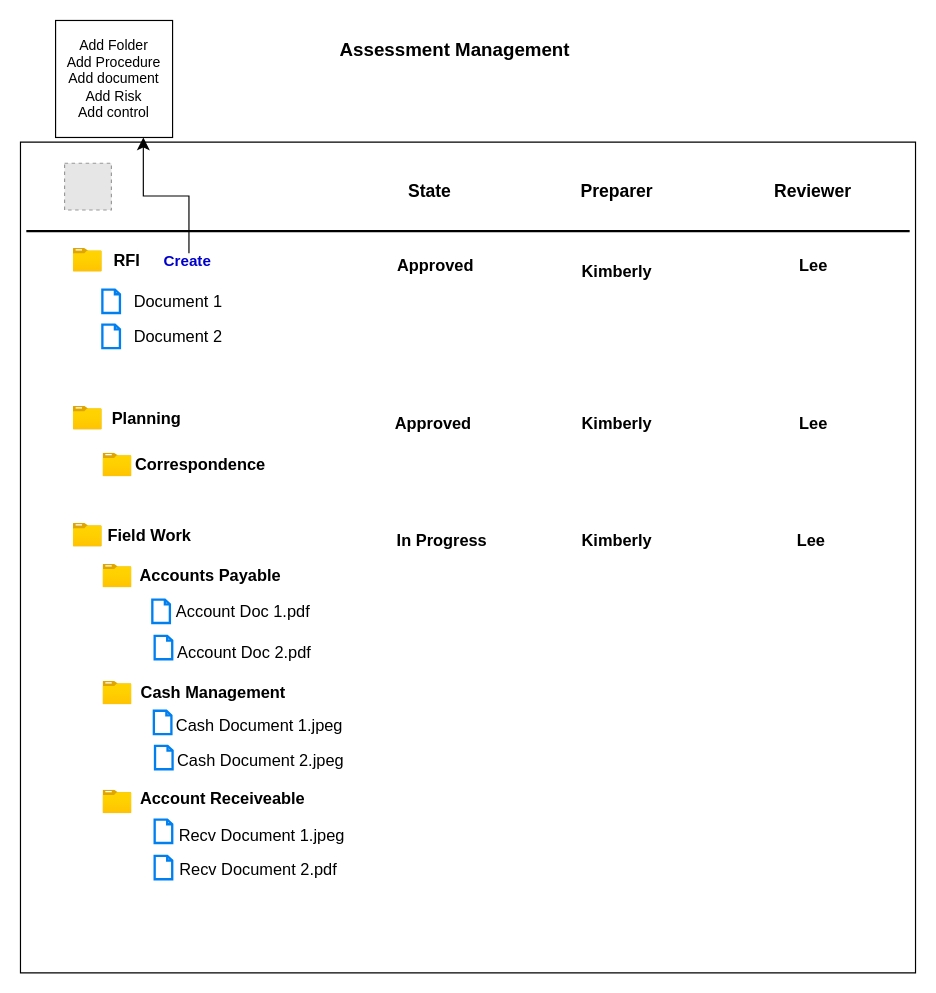
The draw.io diagram page "Workflow" (3 of 4) of internal_audit.drawio in AvikM1996/draw.io, before the edit. Source tidied: cells renumbered, new cells numbered last; positions are measured from the earlier drawing's top-left corner, leaving out a move shared by most shapes. Both pictures are drawn from the tidied source at 117%, with x=0, y=0 at pixel (20, 20). Pictures stored in the file or linked from it are replaced by grey dashed boxes.
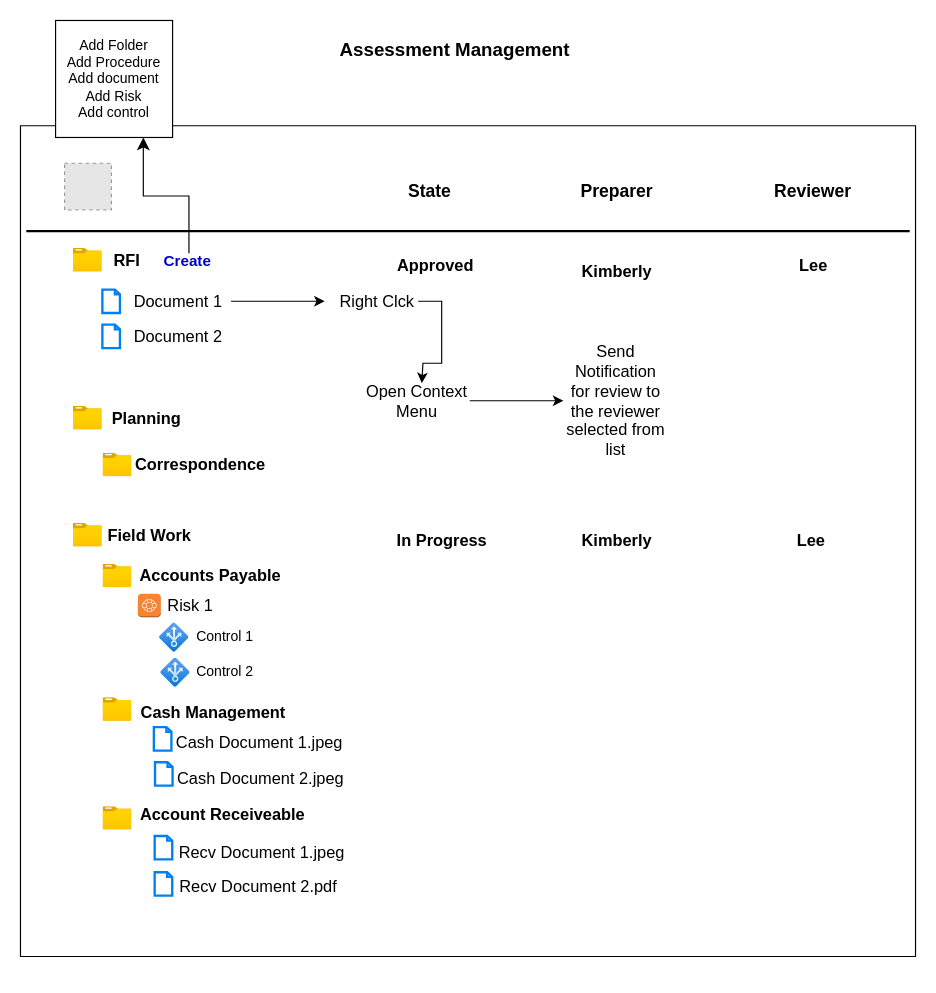
Above is the later version.

The change refers to these unchanged cells:
```xml
<mxCell id="8" value="Document 1" style="text;html=1;align=center;verticalAlign=middle;whiteSpace=wrap;rounded=0;fontSize=14;" parent="1" vertex="1">
  <mxGeometry x="90" y="225" width="90" height="30" as="geometry" />
</mxCell>
```

Change to the diagram source:
```diff
@@
     <mxCell id="3" style="verticalLabelPosition=bottom;verticalAlign=top;html=1;shape=mxgraph.basic.rect;fillColor2=none;strokeWidth=1;size=20;indent=5;" parent="1" vertex="1">
-      <mxGeometry y="104" width="765" height="710" as="geometry" />
+      <mxGeometry y="90" width="765" height="710" as="geometry" />
     </mxCell>
@@
+    <mxCell id="51" style="edgeStyle=orthogonalEdgeStyle;rounded=0;jettySize=auto;html=1;" parent="1" edge="1" source="8" target="58">
+      <mxGeometry relative="1" as="geometry" />
+    </mxCell>
@@
-    <mxCell id="18" value="Approved" style="text;html=1;align=center;verticalAlign=middle;whiteSpace=wrap;rounded=0;fontSize=14;fontStyle=1;" parent="1" vertex="1">
-      <mxGeometry x="323" y="330" width="60" height="30" as="geometry" />
-    </mxCell>
-    <mxCell id="19" value="Kimberly" style="text;html=1;align=center;verticalAlign=middle;whiteSpace=wrap;rounded=0;fontSize=14;fontStyle=1;" parent="1" vertex="1">
-      <mxGeometry x="480" y="330" width="60" height="30" as="geometry" />
-    </mxCell>
-    <mxCell id="20" value="Lee" style="text;html=1;align=center;verticalAlign=middle;whiteSpace=wrap;rounded=0;fontSize=14;fontStyle=1;" parent="1" vertex="1">
-      <mxGeometry x="647.5" y="330" width="60" height="30" as="geometry" />
-    </mxCell>
@@
     <mxCell id="25" style="image;html=1;align=center;fontSize=12;image=img/lib/azure2/general/Folder_Blank.svg;" parent="1" vertex="1">
-      <mxGeometry x="70.7" y="565" width="24.6" height="20" as="geometry" />
+      <mxGeometry x="70.7" y="579" width="24.6" height="20" as="geometry" />
     </mxCell>
     <mxCell id="26" value="&lt;b style=&quot;font-size: 14px;&quot;&gt;Cash Management&lt;/b&gt;" style="text;html=1;align=center;verticalAlign=middle;whiteSpace=wrap;rounded=0;fontSize=14;" parent="1" vertex="1">
-      <mxGeometry x="100.3" y="560" width="129.7" height="30" as="geometry" />
+      <mxGeometry x="100.3" y="577" width="129.7" height="30" as="geometry" />
     </mxCell>
     <mxCell id="27" style="image;html=1;align=center;fontSize=12;image=img/lib/azure2/general/Folder_Blank.svg;" parent="1" vertex="1">
-      <mxGeometry x="70.7" y="658" width="24.6" height="20" as="geometry" />
+      <mxGeometry x="70.7" y="672" width="24.6" height="20" as="geometry" />
     </mxCell>
     <mxCell id="28" value="&lt;b style=&quot;font-size: 14px;&quot;&gt;Account Receiveable&lt;/b&gt;" style="text;html=1;align=center;verticalAlign=middle;whiteSpace=wrap;rounded=0;fontSize=14;" parent="1" vertex="1">
-      <mxGeometry x="93" y="650" width="160" height="30" as="geometry" />
+      <mxGeometry x="93" y="664" width="160" height="30" as="geometry" />
     </mxCell>
-    <mxCell id="29" style="html=1;verticalLabelPosition=bottom;align=center;labelBackgroundColor=#ffffff;verticalAlign=top;strokeWidth=2;strokeColor=#0080F0;shadow=0;dashed=0;shape=mxgraph.ios7.icons.document;" parent="1" vertex="1">
-      <mxGeometry x="112.7" y="495" width="15" height="20" as="geometry" />
-    </mxCell>
-    <mxCell id="30" style="html=1;verticalLabelPosition=bottom;align=center;labelBackgroundColor=#ffffff;verticalAlign=top;strokeWidth=2;strokeColor=#0080F0;shadow=0;dashed=0;shape=mxgraph.ios7.icons.document;" parent="1" vertex="1">
-      <mxGeometry x="114.7" y="526" width="15" height="20" as="geometry" />
-    </mxCell>
     <mxCell id="31" style="html=1;verticalLabelPosition=bottom;align=center;labelBackgroundColor=#ffffff;verticalAlign=top;strokeWidth=2;strokeColor=#0080F0;shadow=0;dashed=0;shape=mxgraph.ios7.icons.document;" parent="1" vertex="1">
-      <mxGeometry x="114" y="590" width="15" height="20" as="geometry" />
+      <mxGeometry x="114" y="604" width="15" height="20" as="geometry" />
     </mxCell>
     <mxCell id="32" style="html=1;verticalLabelPosition=bottom;align=center;labelBackgroundColor=#ffffff;verticalAlign=top;strokeWidth=2;strokeColor=#0080F0;shadow=0;dashed=0;shape=mxgraph.ios7.icons.document;" parent="1" vertex="1">
-      <mxGeometry x="115" y="620" width="15" height="20" as="geometry" />
+      <mxGeometry x="115" y="634" width="15" height="20" as="geometry" />
     </mxCell>
     <mxCell id="33" style="html=1;verticalLabelPosition=bottom;align=center;labelBackgroundColor=#ffffff;verticalAlign=top;strokeWidth=2;strokeColor=#0080F0;shadow=0;dashed=0;shape=mxgraph.ios7.icons.document;" parent="1" vertex="1">
-      <mxGeometry x="114.7" y="683" width="15" height="20" as="geometry" />
+      <mxGeometry x="114.7" y="697" width="15" height="20" as="geometry" />
     </mxCell>
     <mxCell id="34" style="html=1;verticalLabelPosition=bottom;align=center;labelBackgroundColor=#ffffff;verticalAlign=top;strokeWidth=2;strokeColor=#0080F0;shadow=0;dashed=0;shape=mxgraph.ios7.icons.document;" parent="1" vertex="1">
-      <mxGeometry x="114.7" y="714" width="15" height="20" as="geometry" />
+      <mxGeometry x="114.7" y="728" width="15" height="20" as="geometry" />
     </mxCell>
-    <mxCell id="35" value="Account Doc 1.pdf" style="text;html=1;align=center;verticalAlign=middle;strokeColor=none;fillColor=none;fontSize=14;" parent="1" vertex="1">
-      <mxGeometry x="119.7" y="490" width="140" height="30" as="geometry" />
+    <mxCell id="35" value="Risk 1" style="text;html=1;align=center;verticalAlign=middle;strokeColor=none;fillColor=none;fontSize=14;" parent="1" vertex="1">
+      <mxGeometry x="115" y="485" width="60" height="30" as="geometry" />
     </mxCell>
-    <mxCell id="36" value="Account Doc 2.pdf" style="text;html=1;align=center;verticalAlign=middle;strokeColor=none;fillColor=none;fontSize=14;" parent="1" vertex="1">
-      <mxGeometry x="121" y="525" width="140" height="30" as="geometry" />
-    </mxCell>
     <mxCell id="37" value="Cash Document 1.jpeg" style="text;html=1;align=center;verticalAlign=middle;strokeColor=none;fillColor=none;fontSize=14;" parent="1" vertex="1">
-      <mxGeometry x="119" y="588" width="170" height="30" as="geometry" />
+      <mxGeometry x="119" y="602" width="170" height="30" as="geometry" />
     </mxCell>
     <mxCell id="38" value="Cash Document 2.jpeg" style="text;html=1;align=center;verticalAlign=middle;strokeColor=none;fillColor=none;fontSize=14;" parent="1" vertex="1">
-      <mxGeometry x="120" y="618" width="170" height="30" as="geometry" />
+      <mxGeometry x="120" y="633" width="170" height="30" as="geometry" />
     </mxCell>
     <mxCell id="39" value="Recv Document 1.jpeg" style="text;html=1;align=center;verticalAlign=middle;strokeColor=none;fillColor=none;fontSize=14;" parent="1" vertex="1">
-      <mxGeometry x="121" y="682" width="170" height="30" as="geometry" />
+      <mxGeometry x="121" y="696" width="170" height="30" as="geometry" />
     </mxCell>
     <mxCell id="40" value="Recv Document 2.pdf" style="text;html=1;align=center;verticalAlign=middle;strokeColor=none;fillColor=none;fontSize=14;" parent="1" vertex="1">
-      <mxGeometry x="122.7" y="711" width="160" height="30" as="geometry" />
+      <mxGeometry x="122.7" y="725" width="160" height="30" as="geometry" />
     </mxCell>
@@
+    <mxCell id="52" style="dashed=0;verticalLabelPosition=bottom;verticalAlign=top;align=center;html=1;shape=mxgraph.aws3.rescue;fillColor=#F58534;gradientColor=none;" parent="1" vertex="1">
+      <mxGeometry x="100.3" y="490" width="19.7" height="20" as="geometry" />
+    </mxCell>
+    <mxCell id="53" style="image;html=1;align=center;fontSize=12;image=img/lib/azure2/other/Defender_Distributer_Control_System.svg;" parent="1" vertex="1">
+      <mxGeometry x="119" y="515" width="25" height="25" as="geometry" />
+    </mxCell>
+    <mxCell id="54" value="Control 1" style="text;html=1;align=center;verticalAlign=middle;whiteSpace=wrap;rounded=0;" parent="1" vertex="1">
+      <mxGeometry x="145" y="512" width="60" height="30" as="geometry" />
+    </mxCell>
+    <mxCell id="55" style="image;html=1;align=center;fontSize=12;image=img/lib/azure2/other/Defender_Distributer_Control_System.svg;" parent="1" vertex="1">
+      <mxGeometry x="120" y="545" width="25" height="25" as="geometry" />
+    </mxCell>
+    <mxCell id="56" value="Control 2" style="text;html=1;align=center;verticalAlign=middle;whiteSpace=wrap;rounded=0;" parent="1" vertex="1">
+      <mxGeometry x="145" y="542" width="60" height="30" as="geometry" />
+    </mxCell>
+    <mxCell id="57" style="edgeStyle=orthogonalEdgeStyle;rounded=0;orthogonalLoop=1;jettySize=auto;html=1;" parent="1" edge="1">
+      <mxGeometry relative="1" as="geometry">
+        <mxPoint x="340" y="240" as="sourcePoint" />
+        <mxPoint x="343" y="310" as="targetPoint" />
+        <Array as="points">
+          <mxPoint x="360" y="240" />
+          <mxPoint x="360" y="293" />
+          <mxPoint x="344" y="293" />
+        </Array>
+      </mxGeometry>
+    </mxCell>
+    <mxCell id="58" value="Right Clck" style="text;html=1;align=center;verticalAlign=middle;whiteSpace=wrap;rounded=0;fontSize=14;" parent="1" vertex="1">
+      <mxGeometry x="260" y="225" width="90" height="30" as="geometry" />
+    </mxCell>
+    <mxCell id="59" style="edgeStyle=orthogonalEdgeStyle;rounded=0;jettySize=auto;html=1;" parent="1" edge="1" source="60" target="61">
+      <mxGeometry relative="1" as="geometry" />
+    </mxCell>
+    <mxCell id="60" value="Open Context Menu" style="text;html=1;align=center;verticalAlign=middle;whiteSpace=wrap;rounded=0;fontSize=14;" parent="1" vertex="1">
+      <mxGeometry x="294" y="310" width="90" height="30" as="geometry" />
+    </mxCell>
+    <mxCell id="61" value="Send Notification for review to the reviewer selected from list" style="text;html=1;align=center;verticalAlign=middle;whiteSpace=wrap;rounded=0;fontSize=14;" parent="1" vertex="1">
+      <mxGeometry x="464" y="310" width="90" height="30" as="geometry" />
+    </mxCell>
```
